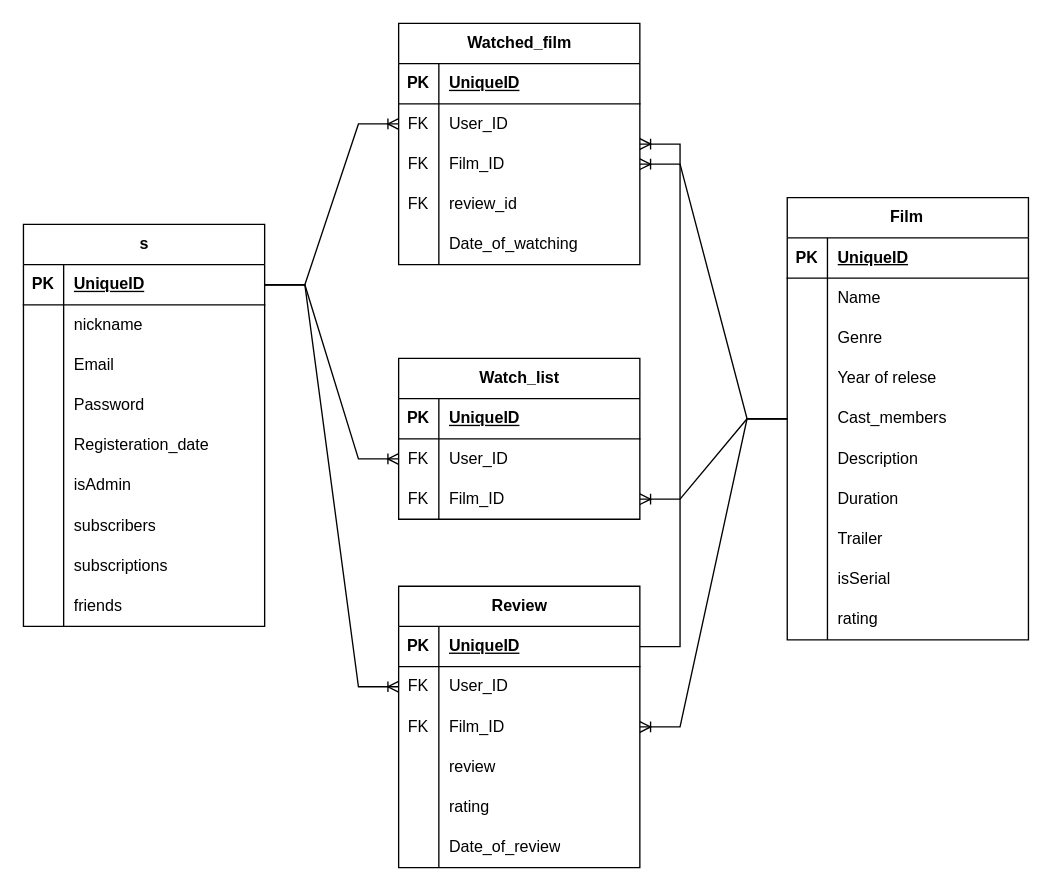
Above: ДиаграммаСущностейКИНО.drawio in veapach/MovieHub (draw.io), before the change. Source tidied: cells renumbered, new cells numbered last; positions are measured from the earlier drawing's top-left corner, leaving out a move shared by most shapes. Both pictures are drawn from the tidied source at 134%, with x=0, y=0 at pixel (23, -98).
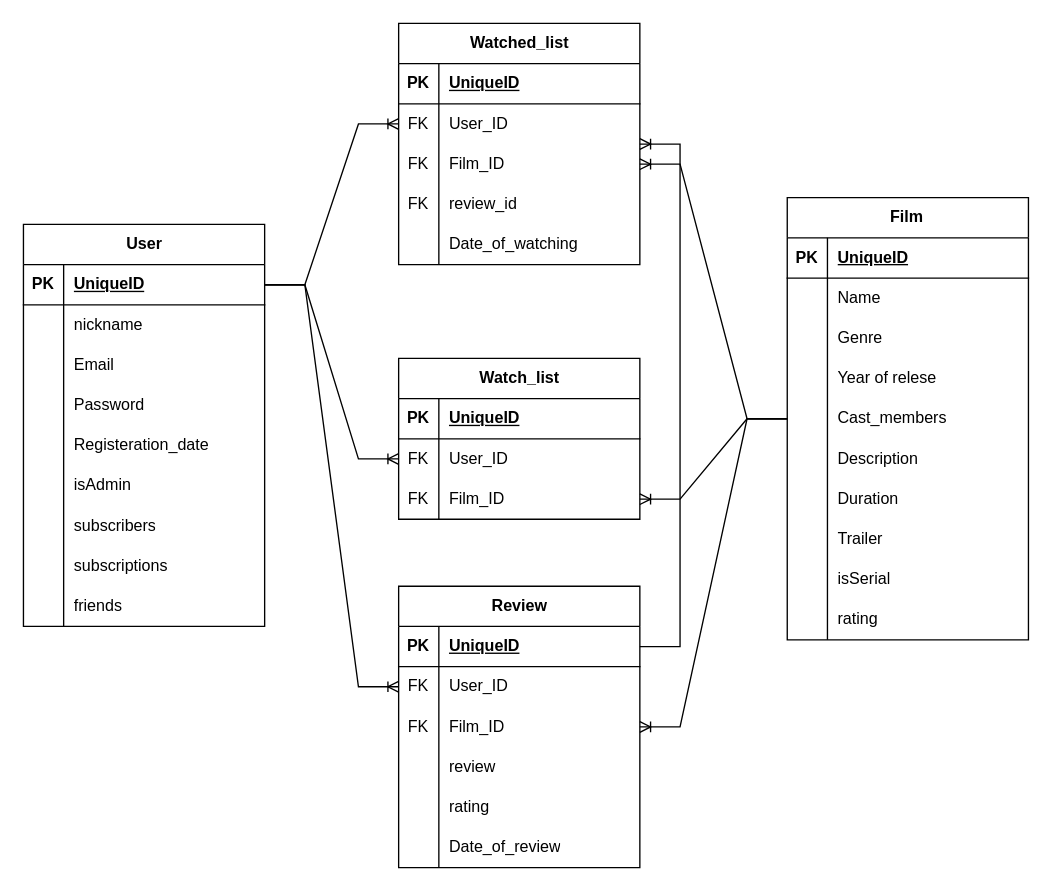
The same diagram, later.

Change to the diagram source:
```diff
@@
-    <mxCell id="2" value="s" style="shape=table;startSize=30;childLayout=tableLayout;rowLines=0;fontStyle=1;align=center;html=1;" parent="1" vertex="1">
+    <mxCell id="2" value="User" style="shape=table;startSize=30;childLayout=tableLayout;rowLines=0;fontStyle=1;align=center;html=1;" parent="1" vertex="1">
       <mxGeometry y="240" width="180" height="300" as="geometry" />
     </mxCell>
@@
-    <mxCell id="30" value="Watched_film" style="shape=table;startSize=30;childLayout=tableLayout;rowLines=0;fontStyle=1;align=center;html=1;" parent="1" vertex="1">
+    <mxCell id="30" value="Watched_list" style="shape=table;startSize=30;childLayout=tableLayout;rowLines=0;fontStyle=1;align=center;html=1;" parent="1" vertex="1">
       <mxGeometry x="280" y="90" width="180" height="180" as="geometry" />
     </mxCell>
```
